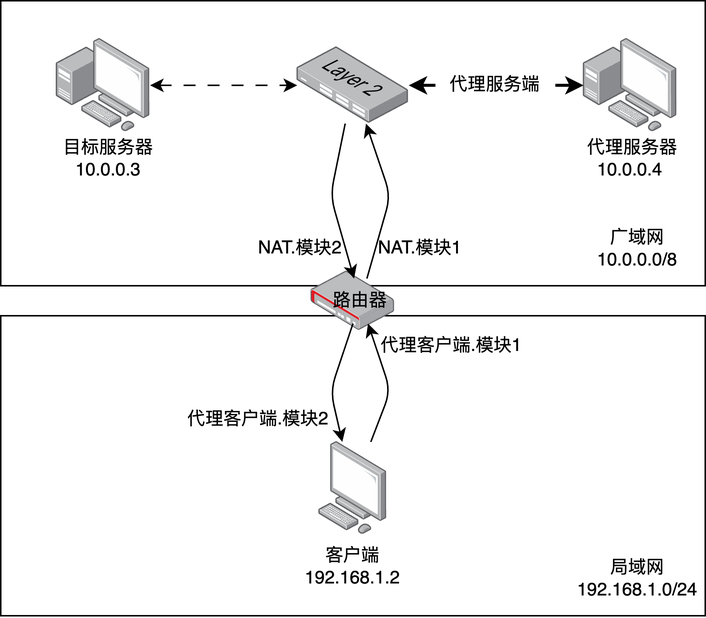
This is proxy_pos.png from N2Sys-EDU/Lab3-Documentation, a draw.io export, as it was before one commit. Source tidied: cells renumbered, new cells last; positions are measured from the earlier drawing's top-left corner, leaving out a move shared by most shapes.
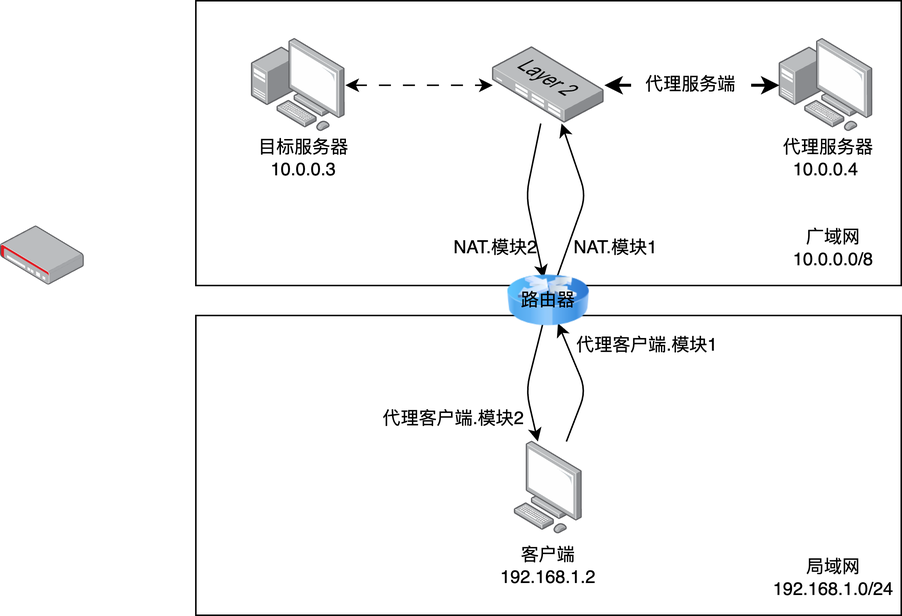
After the commit.

What changed in the source:
```diff
@@ -42,11 +42,8 @@
       <mxGeometry x="197.8" y="30.9" width="74.4" height="51" as="geometry" />
     </mxCell>
     <mxCell id="15" style="html=1;align=center;shadow=0;dashed=0;image;image=img/lib/allied_telesis/security/Router_VPN.svg;" parent="1" vertex="1">
-      <mxGeometry x="207.1" y="180.4" width="55.8" height="39.6" as="geometry" />
+      <mxGeometry x="-130" y="150.4" width="55.8" height="39.6" as="geometry" />
     </mxCell>
-    <mxCell id="16" value="路由器" style="text;html=1;strokeColor=none;fillColor=none;align=center;verticalAlign=middle;whiteSpace=wrap;rounded=0;fontColor=#000000;" parent="1" vertex="1">
-      <mxGeometry x="200" y="185.2" width="80" height="30" as="geometry" />
-    </mxCell>
     <mxCell id="17" style="endArrow=none;startArrow=classic;html=1;strokeWidth=2;" parent="1" edge="1" source="9" target="18">
       <mxGeometry relative="1" as="geometry" />
     </mxCell>
@@ -93,5 +90,11 @@
     <mxCell id="26" value="代理客户端.模块2" style="text;html=1;strokeColor=none;fillColor=none;align=center;verticalAlign=middle;whiteSpace=wrap;rounded=0;" parent="1" vertex="1">
       <mxGeometry x="121" y="264.1" width="102.2" height="30" as="geometry" />
     </mxCell>
+    <mxCell id="27" style="image;html=1;image=img/lib/clip_art/networking/Router_Icon_128x128.png;" parent="1" vertex="1">
+      <mxGeometry x="207.6" y="172.8" width="54.8" height="54.8" as="geometry" />
+    </mxCell>
+    <mxCell id="16" value="路由器" style="text;html=1;strokeColor=none;fillColor=none;align=center;verticalAlign=middle;whiteSpace=wrap;rounded=0;fontColor=#000000;" parent="1" vertex="1">
+      <mxGeometry x="195" y="185.2" width="80" height="30" as="geometry" />
+    </mxCell>
   </root>
 </mxGraphModel>
```
